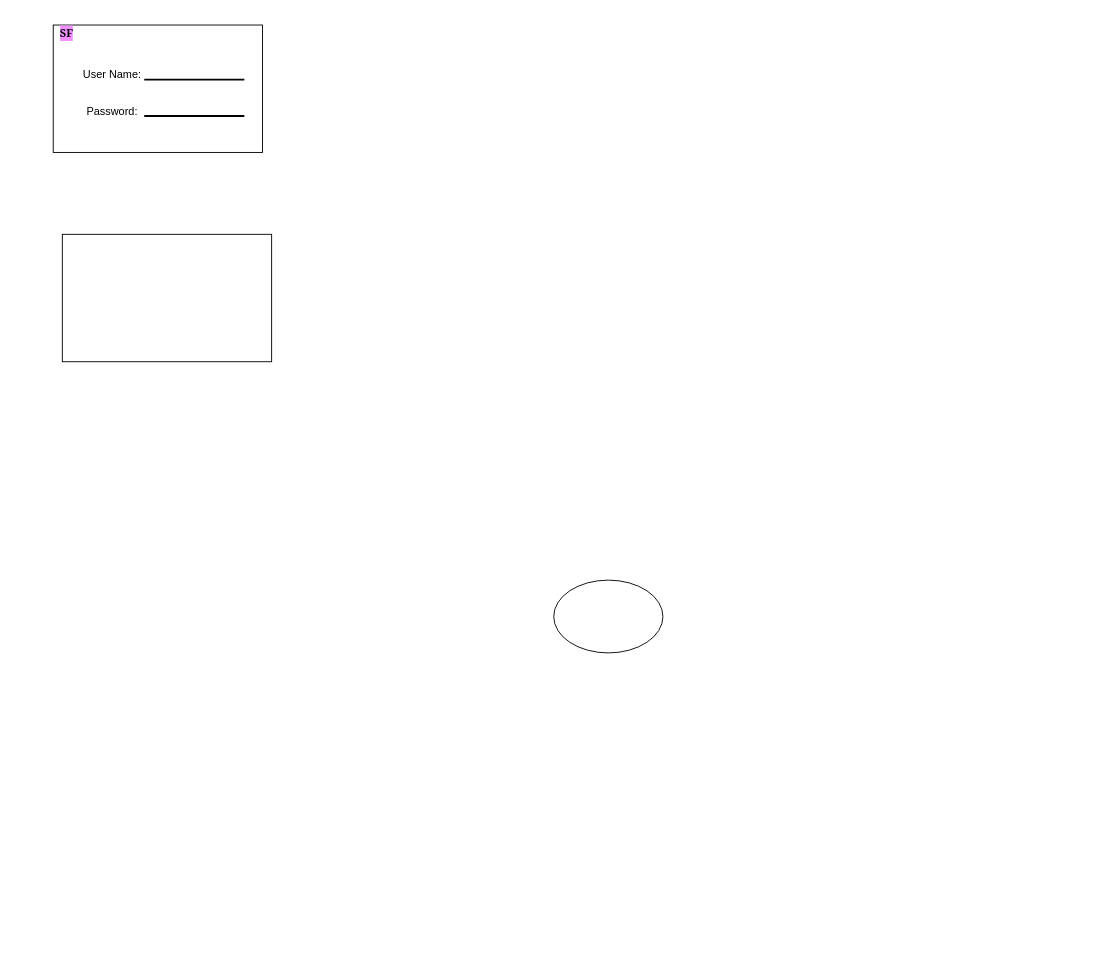
devopsisak/kubernets keeps this draw.io diagram as Social media Architecture.drawio. Above is the earlier version. Source tidied: cells renumbered, new cells numbered last; positions are measured from the earlier drawing's top-left corner, leaving out a move shared by most shapes. Both pictures are drawn from the tidied source at 91%, with x=0, y=0 at pixel (53, 25).
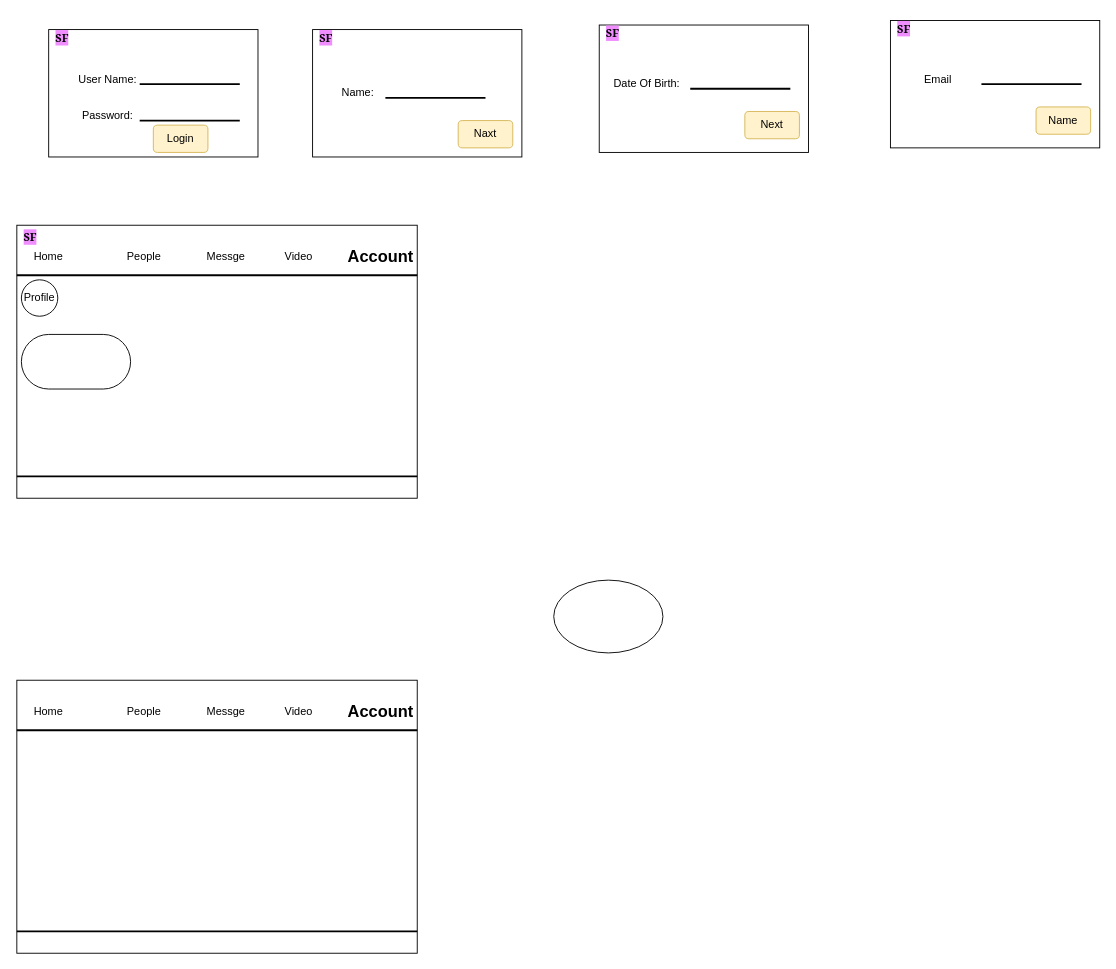
The same diagram, later.

Change to the diagram source:
```diff
@@
+    <mxCell id="10" style="group;" parent="1" vertex="1">
+      <mxGeometry x="-5" y="5" width="230" height="140" as="geometry" />
+    </mxCell>
-    <mxCell id="3" style="rounded=0;whiteSpace=wrap;html=1;" parent="1" vertex="1">
+    <mxCell id="3" style="rounded=0;whiteSpace=wrap;html=1;" parent="10" vertex="1">
       <mxGeometry width="230" height="140" as="geometry" />
     </mxCell>
-    <mxCell id="4" style="rounded=0;whiteSpace=wrap;html=1;" parent="1" vertex="1">
-      <mxGeometry x="10" y="230" width="230" height="140" as="geometry" />
-    </mxCell>
+    <mxCell id="11" style="group;" parent="10" vertex="1">
+      <mxGeometry width="210" height="110" as="geometry" />
+    </mxCell>
-    <mxCell id="5" value="&lt;b&gt;&lt;font face=&quot;Georgia&quot; style=&quot;background-color: rgb(240, 142, 255);&quot;&gt;SF&lt;/font&gt;&lt;/b&gt;" style="text;html=1;whiteSpace=wrap;strokeColor=none;fillColor=none;align=center;verticalAlign=middle;rounded=0;" parent="1" vertex="1">
+    <mxCell id="5" value="&lt;b&gt;&lt;font face=&quot;Georgia&quot; style=&quot;background-color: rgb(240, 142, 255);&quot;&gt;SF&lt;/font&gt;&lt;/b&gt;" style="text;html=1;whiteSpace=wrap;strokeColor=none;fillColor=none;align=center;verticalAlign=middle;rounded=0;" parent="11" vertex="1">
       <mxGeometry width="30" height="20" as="geometry" />
     </mxCell>
-    <mxCell id="6" value="User Name:" style="text;html=1;whiteSpace=wrap;strokeColor=none;fillColor=none;align=center;verticalAlign=middle;rounded=0;" parent="1" vertex="1">
+    <mxCell id="6" value="User Name:" style="text;html=1;whiteSpace=wrap;strokeColor=none;fillColor=none;align=center;verticalAlign=middle;rounded=0;" parent="11" vertex="1">
       <mxGeometry x="30" y="40" width="70" height="30" as="geometry" />
     </mxCell>
-    <mxCell id="7" value="Password:" style="text;html=1;whiteSpace=wrap;strokeColor=none;fillColor=none;align=center;verticalAlign=middle;rounded=0;" parent="1" vertex="1">
+    <mxCell id="7" value="Password:" style="text;html=1;whiteSpace=wrap;strokeColor=none;fillColor=none;align=center;verticalAlign=middle;rounded=0;" parent="11" vertex="1">
       <mxGeometry x="35" y="80" width="60" height="30" as="geometry" />
     </mxCell>
-    <mxCell id="8" style="line;strokeWidth=2;html=1;" parent="1" vertex="1">
+    <mxCell id="8" style="line;strokeWidth=2;html=1;" parent="11" vertex="1">
       <mxGeometry x="100" y="90" width="110" height="20" as="geometry" />
     </mxCell>
-    <mxCell id="9" style="line;strokeWidth=2;html=1;" parent="1" vertex="1">
+    <mxCell id="9" style="line;strokeWidth=2;html=1;" parent="11" vertex="1">
       <mxGeometry x="100" y="50" width="110" height="20" as="geometry" />
     </mxCell>
+    <mxCell id="12" value="Login" style="rounded=1;whiteSpace=wrap;html=1;roundedPerimeter=1;fillColor=#fff2cc;strokeColor=#d6b656;" parent="10" vertex="1">
+      <mxGeometry x="115" y="105" width="60" height="30" as="geometry" />
+    </mxCell>
+    <mxCell id="13" style="group;" parent="1" vertex="1">
+      <mxGeometry x="285" y="5" width="230" height="140" as="geometry" />
+    </mxCell>
+    <mxCell id="14" style="rounded=0;whiteSpace=wrap;html=1;" parent="13" vertex="1">
+      <mxGeometry width="230" height="140" as="geometry" />
+    </mxCell>
+    <mxCell id="15" value="&lt;b&gt;&lt;font face=&quot;Georgia&quot; style=&quot;background-color: rgb(240, 142, 255);&quot;&gt;SF&lt;/font&gt;&lt;/b&gt;" style="text;html=1;whiteSpace=wrap;strokeColor=none;fillColor=none;align=center;verticalAlign=middle;rounded=0;" parent="13" vertex="1">
+      <mxGeometry width="30" height="20" as="geometry" />
+    </mxCell>
+    <mxCell id="16" value="Name:" style="text;html=1;whiteSpace=wrap;strokeColor=none;fillColor=none;align=center;verticalAlign=middle;rounded=0;" parent="13" vertex="1">
+      <mxGeometry x="20" y="55" width="60" height="30" as="geometry" />
+    </mxCell>
+    <mxCell id="17" style="line;strokeWidth=2;html=1;" parent="13" vertex="1">
+      <mxGeometry x="80" y="65" width="110" height="20" as="geometry" />
+    </mxCell>
+    <mxCell id="18" value="Naxt" style="rounded=1;whiteSpace=wrap;html=1;roundedPerimeter=1;fillColor=#fff2cc;strokeColor=#d6b656;" parent="13" vertex="1">
+      <mxGeometry x="160" y="100" width="60" height="30" as="geometry" />
+    </mxCell>
+    <mxCell id="19" style="group;" parent="1" vertex="1">
+      <mxGeometry x="600" y="-5" width="230" height="140" as="geometry" />
+    </mxCell>
+    <mxCell id="20" style="rounded=0;whiteSpace=wrap;html=1;" parent="19" vertex="1">
+      <mxGeometry y="5" width="230" height="140" as="geometry" />
+    </mxCell>
+    <mxCell id="21" value="&lt;b&gt;&lt;font face=&quot;Georgia&quot; style=&quot;background-color: rgb(240, 142, 255);&quot;&gt;SF&lt;/font&gt;&lt;/b&gt;" style="text;html=1;whiteSpace=wrap;strokeColor=none;fillColor=none;align=center;verticalAlign=middle;rounded=0;" parent="19" vertex="1">
+      <mxGeometry y="5" width="30" height="20" as="geometry" />
+    </mxCell>
+    <mxCell id="22" value="Date Of Birth:" style="text;html=1;whiteSpace=wrap;strokeColor=none;fillColor=none;align=center;verticalAlign=middle;rounded=0;" parent="19" vertex="1">
+      <mxGeometry x="15" y="55" width="75" height="30" as="geometry" />
+    </mxCell>
+    <mxCell id="23" style="line;strokeWidth=2;html=1;" parent="19" vertex="1">
+      <mxGeometry x="100" y="65" width="110" height="20" as="geometry" />
+    </mxCell>
+    <mxCell id="24" value="Next" style="rounded=1;whiteSpace=wrap;html=1;roundedPerimeter=1;fillColor=#fff2cc;strokeColor=#d6b656;" parent="19" vertex="1">
+      <mxGeometry x="160" y="100" width="60" height="30" as="geometry" />
+    </mxCell>
+    <mxCell id="25" style="group;" parent="1" vertex="1">
+      <mxGeometry x="920" y="-10" width="230" height="140" as="geometry" />
+    </mxCell>
+    <mxCell id="26" style="rounded=0;whiteSpace=wrap;html=1;" parent="25" vertex="1">
+      <mxGeometry y="5" width="230" height="140" as="geometry" />
+    </mxCell>
+    <mxCell id="27" value="&lt;b&gt;&lt;font face=&quot;Georgia&quot; style=&quot;background-color: rgb(240, 142, 255);&quot;&gt;SF&lt;/font&gt;&lt;/b&gt;" style="text;html=1;whiteSpace=wrap;strokeColor=none;fillColor=none;align=center;verticalAlign=middle;rounded=0;" parent="25" vertex="1">
+      <mxGeometry y="5" width="30" height="20" as="geometry" />
+    </mxCell>
+    <mxCell id="28" value="Email" style="text;html=1;whiteSpace=wrap;strokeColor=none;fillColor=none;align=center;verticalAlign=middle;rounded=0;" parent="25" vertex="1">
+      <mxGeometry x="15" y="55" width="75" height="30" as="geometry" />
+    </mxCell>
+    <mxCell id="29" style="line;strokeWidth=2;html=1;" parent="25" vertex="1">
+      <mxGeometry x="100" y="65" width="110" height="20" as="geometry" />
+    </mxCell>
+    <mxCell id="30" value="Name" style="rounded=1;whiteSpace=wrap;html=1;roundedPerimeter=1;fillColor=#fff2cc;strokeColor=#d6b656;" parent="25" vertex="1">
+      <mxGeometry x="160" y="100" width="60" height="30" as="geometry" />
+    </mxCell>
+    <mxCell id="31" style="group;" parent="1" vertex="1">
+      <mxGeometry x="-40" y="220" width="440" height="300" as="geometry" />
+    </mxCell>
+    <mxCell id="4" style="rounded=0;whiteSpace=wrap;html=1;" parent="31" vertex="1">
+      <mxGeometry width="440" height="300" as="geometry" />
+    </mxCell>
+    <mxCell id="32" style="line;strokeWidth=2;html=1;" parent="31" vertex="1">
+      <mxGeometry y="50" width="440" height="10" as="geometry" />
+    </mxCell>
+    <mxCell id="33" style="line;strokeWidth=2;html=1;" parent="31" vertex="1">
+      <mxGeometry y="271" width="440" height="10" as="geometry" />
+    </mxCell>
+    <mxCell id="34" value="Home" style="text;html=1;whiteSpace=wrap;strokeColor=none;fillColor=none;align=center;verticalAlign=middle;rounded=0;" parent="31" vertex="1">
+      <mxGeometry x="5" y="20" width="60" height="30" as="geometry" />
+    </mxCell>
+    <mxCell id="35" value="People" style="text;html=1;whiteSpace=wrap;strokeColor=none;fillColor=none;align=center;verticalAlign=middle;rounded=0;" parent="31" vertex="1">
+      <mxGeometry x="110" y="20" width="60" height="30" as="geometry" />
+    </mxCell>
+    <mxCell id="36" value="Messge" style="text;html=1;whiteSpace=wrap;strokeColor=none;fillColor=none;align=center;verticalAlign=middle;rounded=0;" parent="31" vertex="1">
+      <mxGeometry x="200" y="20" width="60" height="30" as="geometry" />
+    </mxCell>
+    <mxCell id="37" value="Video" style="text;html=1;whiteSpace=wrap;strokeColor=none;fillColor=none;align=center;verticalAlign=middle;rounded=0;" parent="31" vertex="1">
+      <mxGeometry x="280" y="20" width="60" height="30" as="geometry" />
+    </mxCell>
+    <mxCell id="38" value="&lt;font style=&quot;font-size: 18px;&quot;&gt;&lt;b&gt;Account&lt;/b&gt;&lt;/font&gt;" style="text;html=1;whiteSpace=wrap;strokeColor=none;fillColor=none;align=center;verticalAlign=middle;rounded=0;" parent="31" vertex="1">
+      <mxGeometry x="370" y="20" width="60" height="30" as="geometry" />
+    </mxCell>
+    <mxCell id="39" value="&lt;b&gt;&lt;font face=&quot;Georgia&quot; style=&quot;background-color: rgb(240, 142, 255);&quot;&gt;SF&lt;/font&gt;&lt;/b&gt;" style="text;html=1;whiteSpace=wrap;strokeColor=none;fillColor=none;align=center;verticalAlign=middle;rounded=0;" parent="31" vertex="1">
+      <mxGeometry y="4" width="30" height="20" as="geometry" />
+    </mxCell>
+    <mxCell id="40" value="Profile" style="ellipse;whiteSpace=wrap;html=1;shapeInside=1;" parent="31" vertex="1">
+      <mxGeometry x="5" y="60" width="40" height="40" as="geometry" />
+    </mxCell>
+    <mxCell id="41" style="rounded=1;whiteSpace=wrap;html=1;roundedPerimeter=1;arcSize=50;" parent="31" vertex="1">
+      <mxGeometry x="5" y="120" width="120" height="60" as="geometry" />
+    </mxCell>
+    <mxCell id="42" style="group;" parent="1" vertex="1">
+      <mxGeometry x="-40" y="720" width="440" height="300" as="geometry" />
+    </mxCell>
+    <mxCell id="43" style="rounded=0;whiteSpace=wrap;html=1;" parent="42" vertex="1">
+      <mxGeometry width="440" height="300" as="geometry" />
+    </mxCell>
+    <mxCell id="44" style="line;strokeWidth=2;html=1;" parent="42" vertex="1">
+      <mxGeometry y="50" width="440" height="10" as="geometry" />
+    </mxCell>
+    <mxCell id="45" style="line;strokeWidth=2;html=1;" parent="42" vertex="1">
+      <mxGeometry y="271" width="440" height="10" as="geometry" />
+    </mxCell>
+    <mxCell id="46" value="Home" style="text;html=1;whiteSpace=wrap;strokeColor=none;fillColor=none;align=center;verticalAlign=middle;rounded=0;" parent="42" vertex="1">
+      <mxGeometry x="5" y="20" width="60" height="30" as="geometry" />
+    </mxCell>
+    <mxCell id="47" value="People" style="text;html=1;whiteSpace=wrap;strokeColor=none;fillColor=none;align=center;verticalAlign=middle;rounded=0;" parent="42" vertex="1">
+      <mxGeometry x="110" y="20" width="60" height="30" as="geometry" />
+    </mxCell>
+    <mxCell id="48" value="Messge" style="text;html=1;whiteSpace=wrap;strokeColor=none;fillColor=none;align=center;verticalAlign=middle;rounded=0;" parent="42" vertex="1">
+      <mxGeometry x="200" y="20" width="60" height="30" as="geometry" />
+    </mxCell>
+    <mxCell id="49" value="Video" style="text;html=1;whiteSpace=wrap;strokeColor=none;fillColor=none;align=center;verticalAlign=middle;rounded=0;" parent="42" vertex="1">
+      <mxGeometry x="280" y="20" width="60" height="30" as="geometry" />
+    </mxCell>
+    <mxCell id="50" value="&lt;font style=&quot;font-size: 18px;&quot;&gt;&lt;b&gt;Account&lt;/b&gt;&lt;/font&gt;" style="text;html=1;whiteSpace=wrap;strokeColor=none;fillColor=none;align=center;verticalAlign=middle;rounded=0;" parent="42" vertex="1">
+      <mxGeometry x="370" y="20" width="60" height="30" as="geometry" />
+    </mxCell>
```
